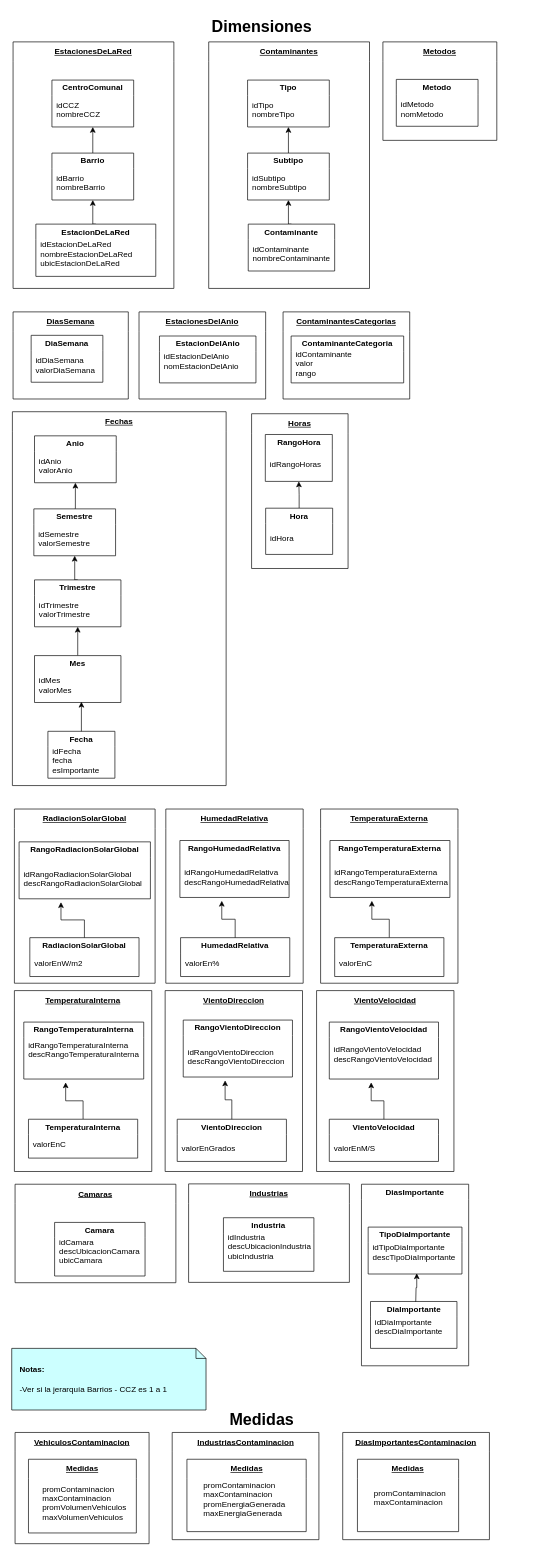
gonzalomelov/dw-calidad-aire-docs keeps this draw.io diagram as 2. Diseño conceptual/Dimensiones y Medidas.drawio. Above is the earlier version. Source tidied: cells renumbered, new cells numbered last; positions are measured from the earlier drawing's top-left corner, leaving out a move shared by most shapes. Both pictures are drawn from the tidied source at 67%, with x=0, y=0 at pixel (11, 11).
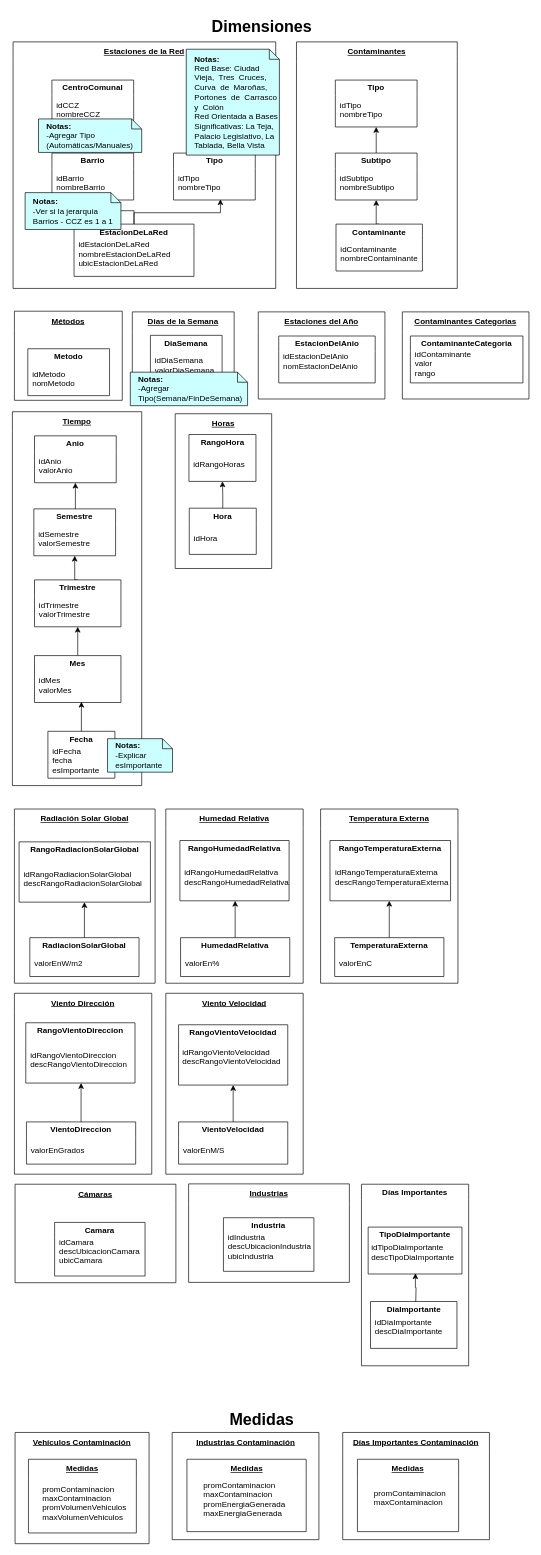
After the change.

The change refers to these unchanged cells:
```xml
<mxCell id="66" value="RadiacionSolarGlobal" style="swimlane;swimlaneLine=0;whiteSpace=wrap;" parent="65" vertex="1">
  <mxGeometry x="23" y="192" width="163" height="58" as="geometry" />
</mxCell>
<mxCell id="104" value="TipoDiaImportante" style="swimlane;swimlaneLine=0;whiteSpace=wrap;startSize=23;" parent="101" vertex="1">
  <mxGeometry x="10" y="64" width="140" height="70" as="geometry" />
</mxCell>
```

The edit, as a diff of the source:
```diff
@@
-    <mxCell id="2" value="EstacionesDelAnio" style="swimlane;swimlaneLine=0;whiteSpace=wrap;startSize=29;fontStyle=5;align=center;" parent="1" vertex="1">
-      <mxGeometry x="190" y="448" width="189" height="130" as="geometry" />
+    <mxCell id="2" value="Estaciones del Año" style="swimlane;swimlaneLine=0;whiteSpace=wrap;startSize=29;fontStyle=5;align=center;" parent="1" vertex="1">
+      <mxGeometry x="368" y="448" width="189" height="130" as="geometry" />
     </mxCell>
-    <mxCell id="3" value="EstacionesDeLaRed" style="swimlane;swimlaneLine=0;whiteSpace=wrap;startSize=29;fontStyle=5;align=center;" parent="1" vertex="1">
-      <mxGeometry x="2" y="45" width="240" height="368" as="geometry" />
+    <mxCell id="3" value="Estaciones de la Red" style="swimlane;swimlaneLine=0;whiteSpace=wrap;startSize=29;fontStyle=5;align=center;" parent="1" vertex="1">
+      <mxGeometry x="2" y="45" width="392" height="368" as="geometry" />
     </mxCell>
@@
     <mxCell id="10" value="EstacionDeLaRed" style="swimlane;swimlaneLine=0;whiteSpace=wrap;" parent="3" vertex="1">
-      <mxGeometry x="34" y="272" width="179" height="78" as="geometry" />
+      <mxGeometry x="91" y="272" width="179" height="78" as="geometry" />
     </mxCell>
@@
+    <mxCell id="113" value="Tipo" style="swimlane;swimlaneLine=0;whiteSpace=wrap;" parent="3" vertex="1">
+      <mxGeometry x="239.5" y="166" width="122" height="70" as="geometry" />
+    </mxCell>
+    <mxCell id="114" value="idTipo&#10;nombreTipo" style="text;align=left;verticalAlign=middle;" parent="113" vertex="1">
+      <mxGeometry x="5" y="19" width="130" height="50" as="geometry" />
+    </mxCell>
+    <mxCell id="115" style="edgeStyle=orthogonalEdgeStyle;rounded=0;html=1;exitX=0.5;exitY=0;entryX=0.5;entryY=1;jettySize=auto;entryDx=0;entryDy=0;exitDx=0;exitDy=0;" parent="3" edge="1" source="10" target="114">
+      <mxGeometry relative="1" as="geometry">
+        <Array as="points">
+          <mxPoint x="181" y="255" />
+          <mxPoint x="310" y="255" />
+        </Array>
+      </mxGeometry>
+    </mxCell>
+    <mxCell id="47" value="&lt;div&gt;&lt;b&gt;Notas:&amp;nbsp;&lt;/b&gt;&lt;/div&gt;-Ver si la jerarquía&lt;br&gt;Barrios - CCZ es 1 a 1" style="shape=note;size=15;align=left;spacingLeft=10;html=1;whiteSpace=wrap;fillColor=#CCFFFF;" parent="3" vertex="1">
+      <mxGeometry x="18" y="225" width="143" height="55" as="geometry" />
+    </mxCell>
@@
-    <mxCell id="14" value="VehiculosContaminacion" style="swimlane;swimlaneLine=0;whiteSpace=wrap;startSize=29;fontStyle=5;" parent="1" vertex="1">
+    <mxCell id="14" value="Vehículos Contaminación" style="swimlane;swimlaneLine=0;whiteSpace=wrap;startSize=29;fontStyle=5;" parent="1" vertex="1">
       <mxGeometry x="5" y="2120.5" width="200" height="166" as="geometry" />
     </mxCell>
@@
     <mxCell id="17" value="Contaminantes" style="swimlane;swimlaneLine=0;whiteSpace=wrap;startSize=29;fontStyle=5;align=center;" parent="1" vertex="1">
-      <mxGeometry x="294" y="45" width="240" height="368" as="geometry" />
+      <mxGeometry x="425" y="45" width="240" height="368" as="geometry" />
     </mxCell>
@@
-    <mxCell id="26" value="Camaras" style="swimlane;swimlaneLine=0;whiteSpace=wrap;startSize=29;fontStyle=5;align=center;" parent="1" vertex="1">
+    <mxCell id="26" value="Cámaras" style="swimlane;swimlaneLine=0;whiteSpace=wrap;startSize=29;fontStyle=5;align=center;" parent="1" vertex="1">
       <mxGeometry x="5" y="1750" width="240" height="147" as="geometry" />
     </mxCell>
@@
-    <mxCell id="29" value="Fechas" style="swimlane;swimlaneLine=0;whiteSpace=wrap;startSize=29;fontStyle=5;align=center;" parent="1" vertex="1">
-      <mxGeometry x="1" y="597" width="319" height="558" as="geometry" />
+    <mxCell id="29" value="Tiempo" style="swimlane;swimlaneLine=0;whiteSpace=wrap;startSize=29;fontStyle=5;align=center;" parent="1" vertex="1">
+      <mxGeometry x="1" y="597" width="193" height="558" as="geometry" />
     </mxCell>
@@
-    <mxCell id="44" value="Metodos" style="swimlane;swimlaneLine=0;whiteSpace=wrap;startSize=29;fontStyle=5;align=center;" parent="1" vertex="1">
-      <mxGeometry x="554" y="45" width="170" height="147" as="geometry" />
+    <mxCell id="44" value="Métodos" style="swimlane;swimlaneLine=0;whiteSpace=wrap;startSize=29;fontStyle=5;align=center;" parent="1" vertex="1">
+      <mxGeometry x="4" y="447" width="161" height="133" as="geometry" />
     </mxCell>
@@
-    <mxCell id="47" value="&lt;div&gt;&lt;b&gt;Notas:&amp;nbsp;&lt;/b&gt;&lt;/div&gt;&lt;br&gt;-Ver si la jerarquía Barrios - CCZ es 1 a 1&lt;br&gt;" style="shape=note;size=15;align=left;spacingLeft=10;html=1;whiteSpace=wrap;fillColor=#CCFFFF;" parent="1" vertex="1">
-      <mxGeometry y="1995" width="290" height="92" as="geometry" />
-    </mxCell>
-    <mxCell id="48" value="DíasImportantesContaminacion" style="swimlane;swimlaneLine=0;whiteSpace=wrap;startSize=29;fontStyle=5;" parent="1" vertex="1">
+    <mxCell id="48" value="Días Importantes Contaminación" style="swimlane;swimlaneLine=0;whiteSpace=wrap;startSize=29;fontStyle=5;" parent="1" vertex="1">
       <mxGeometry x="494" y="2120.5" width="219" height="160" as="geometry" />
     </mxCell>
@@
-    <mxCell id="51" value="IndustriasContaminacion" style="swimlane;swimlaneLine=0;whiteSpace=wrap;startSize=29;fontStyle=5;" parent="1" vertex="1">
+    <mxCell id="51" value="Industrias Contaminación" style="swimlane;swimlaneLine=0;whiteSpace=wrap;startSize=29;fontStyle=5;" parent="1" vertex="1">
       <mxGeometry x="239.5" y="2120.5" width="219" height="160" as="geometry" />
     </mxCell>
@@
     <mxCell id="54" value="EstacionDelAnio" style="swimlane;swimlaneLine=0;whiteSpace=wrap;" parent="1" vertex="1">
-      <mxGeometry x="220.5" y="484" width="144" height="70" as="geometry" />
+      <mxGeometry x="398.5" y="484" width="144" height="70" as="geometry" />
     </mxCell>
@@
-    <mxCell id="56" value="DiasSemana" style="swimlane;swimlaneLine=0;whiteSpace=wrap;startSize=29;fontStyle=5;align=center;" parent="1" vertex="1">
-      <mxGeometry x="2" y="448" width="172" height="130" as="geometry" />
+    <mxCell id="56" value="Dias de la Semana" style="swimlane;swimlaneLine=0;whiteSpace=wrap;startSize=29;fontStyle=5;align=center;" parent="1" vertex="1">
+      <mxGeometry x="180" y="448" width="152" height="130" as="geometry" />
     </mxCell>
@@
     <mxCell id="59" value="Horas" style="swimlane;swimlaneLine=0;whiteSpace=wrap;startSize=29;fontStyle=5;align=center;" parent="1" vertex="1">
-      <mxGeometry x="358" y="600" width="144" height="231" as="geometry" />
+      <mxGeometry x="244" y="600" width="144" height="231" as="geometry" />
     </mxCell>
@@
-    <mxCell id="65" value="RadiacionSolarGlobal" style="swimlane;swimlaneLine=0;whiteSpace=wrap;startSize=29;fontStyle=5;align=center;" parent="1" vertex="1">
+    <mxCell id="65" value="Radiación Solar Global" style="swimlane;swimlaneLine=0;whiteSpace=wrap;startSize=29;fontStyle=5;align=center;" parent="1" vertex="1">
       <mxGeometry x="4" y="1190" width="210" height="260" as="geometry" />
     </mxCell>
@@
     <mxCell id="68" value="RangoRadiacionSolarGlobal" style="swimlane;swimlaneLine=0;whiteSpace=wrap;" parent="65" vertex="1">
-      <mxGeometry x="7" y="49" width="196" height="85" as="geometry" />
+      <mxGeometry x="7" y="49" width="196" height="90" as="geometry" />
     </mxCell>
     <mxCell id="69" value="idRangoRadiacionSolarGlobal&#10;descRangoRadiacionSolarGlobal" style="text;align=left;verticalAlign=middle;" parent="68" vertex="1">
-      <mxGeometry x="5" y="19" width="115" height="71" as="geometry" />
+      <mxGeometry x="5" y="19" width="185" height="71" as="geometry" />
     </mxCell>
-    <mxCell id="70" style="edgeStyle=orthogonalEdgeStyle;rounded=0;html=1;entryX=0.5;entryY=1;jettySize=auto;exitX=0.5;exitY=0;" parent="65" edge="1" source="66" target="69">
+    <mxCell id="70" style="edgeStyle=orthogonalEdgeStyle;rounded=0;html=1;jettySize=auto;exitX=0.5;exitY=0;entryX=0.5;entryY=1;entryDx=0;entryDy=0;" parent="65" edge="1" source="66" target="69">
       <mxGeometry relative="1" as="geometry" />
     </mxCell>
-    <mxCell id="71" value="HumedadRelativa" style="swimlane;swimlaneLine=0;whiteSpace=wrap;startSize=29;fontStyle=5;align=center;" parent="1" vertex="1">
+    <mxCell id="71" value="Humedad Relativa" style="swimlane;swimlaneLine=0;whiteSpace=wrap;startSize=29;fontStyle=5;align=center;" parent="1" vertex="1">
       <mxGeometry x="230" y="1190" width="205" height="260" as="geometry" />
     </mxCell>
@@
     <mxCell id="74" value="RangoHumedadRelativa" style="swimlane;swimlaneLine=0;whiteSpace=wrap;" parent="71" vertex="1">
-      <mxGeometry x="21" y="47" width="163" height="85" as="geometry" />
+      <mxGeometry x="21" y="47" width="163" height="90" as="geometry" />
     </mxCell>
     <mxCell id="75" value="idRangoHumedadRelativa&#10;descRangoHumedadRelativa" style="text;align=left;verticalAlign=middle;" parent="74" vertex="1">
-      <mxGeometry x="5" y="19" width="115" height="71" as="geometry" />
+      <mxGeometry x="5" y="19" width="155" height="71" as="geometry" />
     </mxCell>
@@
-    <mxCell id="77" value="TemperaturaExterna" style="swimlane;swimlaneLine=0;whiteSpace=wrap;startSize=29;fontStyle=5;align=center;" parent="1" vertex="1">
+    <mxCell id="77" value="Temperatura Externa" style="swimlane;swimlaneLine=0;whiteSpace=wrap;startSize=29;fontStyle=5;align=center;" parent="1" vertex="1">
       <mxGeometry x="461" y="1190" width="205" height="260" as="geometry" />
     </mxCell>
@@
     <mxCell id="81" value="RangoTemperaturaExterna" style="swimlane;swimlaneLine=0;whiteSpace=wrap;" parent="77" vertex="1">
-      <mxGeometry x="14" y="47" width="179" height="85" as="geometry" />
+      <mxGeometry x="14" y="47" width="180" height="90" as="geometry" />
     </mxCell>
     <mxCell id="82" value="idRangoTemperaturaExterna&#10;descRangoTemperaturaExterna" style="text;align=left;verticalAlign=middle;" parent="81" vertex="1">
-      <mxGeometry x="5" y="19" width="115" height="71" as="geometry" />
+      <mxGeometry x="6" y="19" width="165" height="71" as="geometry" />
     </mxCell>
-    <mxCell id="83" value="VientoDireccion" style="swimlane;swimlaneLine=0;whiteSpace=wrap;startSize=29;fontStyle=5;align=center;" parent="1" vertex="1">
-      <mxGeometry x="229" y="1461" width="205" height="270" as="geometry" />
+    <mxCell id="83" value="Viento Dirección" style="swimlane;swimlaneLine=0;whiteSpace=wrap;startSize=29;fontStyle=5;align=center;" parent="1" vertex="1">
+      <mxGeometry x="4" y="1465" width="205" height="270" as="geometry" />
     </mxCell>
     <mxCell id="84" value="RangoVientoDireccion" style="swimlane;swimlaneLine=0;whiteSpace=wrap;" parent="83" vertex="1">
-      <mxGeometry x="27" y="44" width="163" height="85" as="geometry" />
+      <mxGeometry x="17" y="44" width="163" height="90" as="geometry" />
     </mxCell>
     <mxCell id="85" value="idRangoVientoDireccion&#10;descRangoVientoDireccion" style="text;align=left;verticalAlign=middle;" parent="84" vertex="1">
-      <mxGeometry x="5" y="19" width="115" height="71" as="geometry" />
+      <mxGeometry x="5" y="19" width="155" height="71" as="geometry" />
     </mxCell>
@@
-    <mxCell id="89" value="VientoVelocidad" style="swimlane;swimlaneLine=0;whiteSpace=wrap;startSize=29;fontStyle=5;align=center;" parent="1" vertex="1">
-      <mxGeometry x="455" y="1461" width="205" height="270" as="geometry" />
+    <mxCell id="89" value="Viento Velocidad" style="swimlane;swimlaneLine=0;whiteSpace=wrap;startSize=29;fontStyle=5;align=center;" parent="1" vertex="1">
+      <mxGeometry x="230" y="1465" width="205" height="270" as="geometry" />
     </mxCell>
@@
     <mxCell id="92" value="RangoVientoVelocidad" style="swimlane;swimlaneLine=0;whiteSpace=wrap;" parent="89" vertex="1">
-      <mxGeometry x="19" y="47" width="163" height="85" as="geometry" />
+      <mxGeometry x="19" y="47" width="163" height="90" as="geometry" />
     </mxCell>
     <mxCell id="93" value="idRangoVientoVelocidad&#10;descRangoVientoVelocidad&#10;" style="text;align=left;verticalAlign=middle;" parent="92" vertex="1">
-      <mxGeometry x="5" y="19" width="115" height="71" as="geometry" />
+      <mxGeometry x="4" y="19" width="155" height="71" as="geometry" />
     </mxCell>
@@
-    <mxCell id="95" value="TemperaturaInterna" style="swimlane;swimlaneLine=0;whiteSpace=wrap;startSize=29;fontStyle=5;align=center;" parent="1" vertex="1">
-      <mxGeometry x="4" y="1461" width="205" height="270" as="geometry" />
-    </mxCell>
-    <mxCell id="96" style="edgeStyle=orthogonalEdgeStyle;rounded=0;html=1;entryX=0.5;entryY=1;jettySize=auto;" parent="95" edge="1" source="97" target="100">
-      <mxGeometry relative="1" as="geometry" />
-    </mxCell>
-    <mxCell id="97" value="TemperaturaInterna" style="swimlane;swimlaneLine=0;whiteSpace=wrap;" parent="95" vertex="1">
-      <mxGeometry x="21" y="192" width="163" height="58" as="geometry" />
-    </mxCell>
-    <mxCell id="98" value="valorEnC&#10;" style="text;align=left;verticalAlign=middle;" parent="97" vertex="1">
-      <mxGeometry x="5" y="19" width="115" height="51" as="geometry" />
-    </mxCell>
-    <mxCell id="99" value="RangoTemperaturaInterna" style="swimlane;swimlaneLine=0;whiteSpace=wrap;" parent="95" vertex="1">
-      <mxGeometry x="14" y="47" width="179" height="85" as="geometry" />
-    </mxCell>
-    <mxCell id="100" value="idRangoTemperaturaInterna&#10;descRangoTemperaturaInterna&#10;&#10;" style="text;align=left;verticalAlign=middle;" parent="99" vertex="1">
-      <mxGeometry x="5" y="19" width="115" height="71" as="geometry" />
-    </mxCell>
-    <mxCell id="101" value="DiasImportante" style="swimlane;swimlaneLine=0;whiteSpace=wrap;fillColor=#FFFFFF;" parent="1" vertex="1">
+    <mxCell id="101" value="Días Importantes" style="swimlane;swimlaneLine=0;whiteSpace=wrap;fillColor=#FFFFFF;" parent="1" vertex="1">
       <mxGeometry x="522" y="1750" width="160" height="271" as="geometry" />
     </mxCell>
@@
     <mxCell id="105" value="idTipoDiaImportante&#10;descTipoDiaImportante&#10;" style="text;align=left;verticalAlign=middle;" parent="104" vertex="1">
-      <mxGeometry x="5" y="19" width="135" height="50" as="geometry" />
+      <mxGeometry x="3" y="19" width="135" height="50" as="geometry" />
     </mxCell>
@@
-    <mxCell id="110" value="ContaminantesCategorias" style="swimlane;swimlaneLine=0;whiteSpace=wrap;startSize=29;fontStyle=5;align=center;" parent="1" vertex="1">
-      <mxGeometry x="405" y="448" width="189" height="130" as="geometry" />
+    <mxCell id="110" value="Contaminantes Categorias" style="swimlane;swimlaneLine=0;whiteSpace=wrap;startSize=29;fontStyle=5;align=center;" parent="1" vertex="1">
+      <mxGeometry x="583" y="448" width="189" height="130" as="geometry" />
     </mxCell>
     <mxCell id="111" value="ContaminanteCategoria" style="swimlane;swimlaneLine=0;whiteSpace=wrap;" parent="1" vertex="1">
-      <mxGeometry x="417" y="484" width="168" height="70" as="geometry" />
+      <mxGeometry x="595" y="484" width="168" height="70" as="geometry" />
     </mxCell>
@@
+    <mxCell id="116" value="&lt;div&gt;&lt;b&gt;Notas:&amp;nbsp;&lt;/b&gt;&lt;/div&gt;-Agregar Tipo (Automáticas/Manuales)" style="shape=note;size=15;align=left;spacingLeft=10;html=1;whiteSpace=wrap;fillColor=#CCFFFF;" parent="1" vertex="1">
+      <mxGeometry x="40" y="160" width="154" height="50" as="geometry" />
+    </mxCell>
+    <mxCell id="117" value="&lt;div&gt;&lt;b&gt;Notas:&amp;nbsp;&lt;/b&gt;&lt;/div&gt;-Agregar Tipo(Semana/FinDeSemana)" style="shape=note;size=15;align=left;spacingLeft=10;html=1;whiteSpace=wrap;fillColor=#CCFFFF;" parent="1" vertex="1">
+      <mxGeometry x="177" y="538" width="175" height="50" as="geometry" />
+    </mxCell>
+    <mxCell id="118" value="&lt;div&gt;&lt;b&gt;Notas:&amp;nbsp;&lt;/b&gt;&lt;/div&gt;-Explicar&lt;br&gt;esImportante" style="shape=note;size=15;align=left;spacingLeft=10;html=1;whiteSpace=wrap;fillColor=#CCFFFF;" parent="1" vertex="1">
+      <mxGeometry x="143" y="1085" width="97" height="50" as="geometry" />
+    </mxCell>
+    <mxCell id="119" value="&lt;div&gt;&lt;b&gt;Notas:&amp;nbsp;&lt;/b&gt;&lt;/div&gt;&lt;div&gt;Red Base: Ciudad&amp;nbsp; Vieja,&amp;nbsp; Tres&amp;nbsp; Cruces,&amp;nbsp; Curva&amp;nbsp; de&amp;nbsp; Maroñas,&amp;nbsp; Portones&amp;nbsp; de&amp;nbsp; Carrasco&amp;nbsp; y&amp;nbsp; Colón&lt;/div&gt;&lt;div&gt;Red Orientada a Bases Significativas: La Teja, Palacio Legislativo, La Tablada, Bella Vista&lt;/div&gt;" style="shape=note;size=15;align=left;spacingLeft=10;html=1;whiteSpace=wrap;fillColor=#CCFFFF;" parent="1" vertex="1">
+      <mxGeometry x="260.5" y="56" width="139" height="158" as="geometry" />
+    </mxCell>
```
